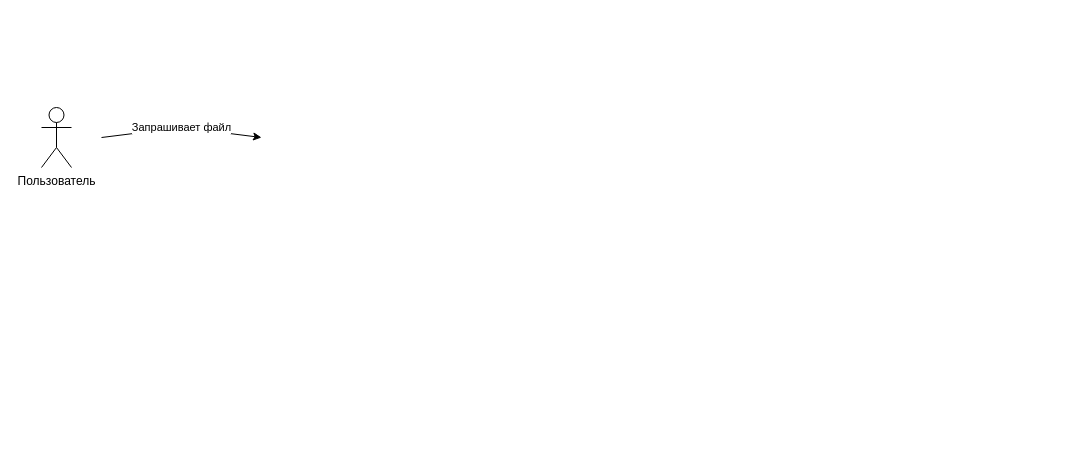
This is graduate_work.drawio from Avenon/graduate_work_architecture, a draw.io file, before an edit. Source tidied: cells renumbered, new cells numbered last; positions are measured from the earlier drawing's top-left corner, leaving out a move shared by most shapes. Both pictures are drawn from the tidied source at 100%, with x=0, y=0 at pixel (41, 107).
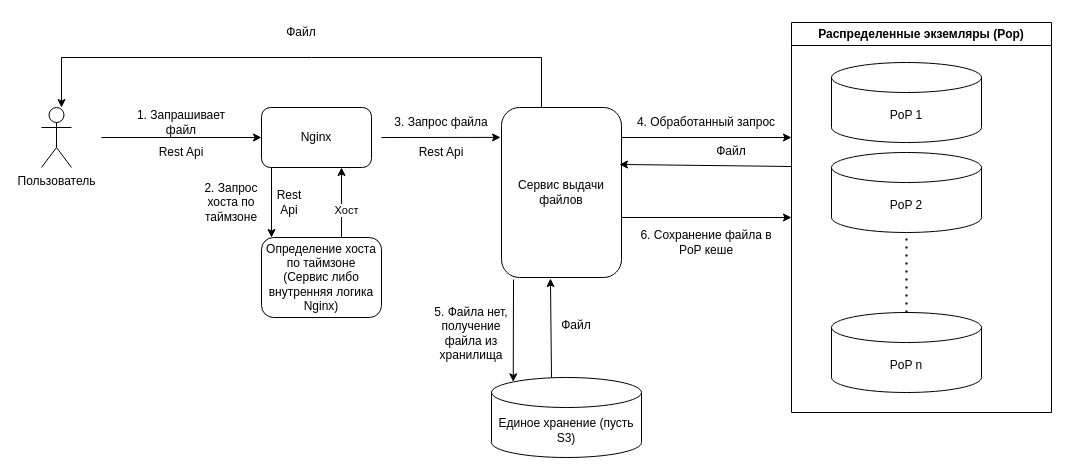
The same diagram, later.

Diff of the diagram source:
```diff
@@
-    <mxCell id="3" value="Запрашивает файл" style="endArrow=classic;html=1;rounded=0;" parent="1" edge="1">
-      <mxGeometry relative="1" as="geometry">
-        <mxPoint x="60" y="30" as="sourcePoint" />
-        <mxPoint x="220" y="30" as="targetPoint" />
-        <Array as="points">
-          <mxPoint x="140" y="20" />
-        </Array>
-      </mxGeometry>
-    </mxCell>
+    <mxCell id="4" style="endArrow=classic;html=1;rounded=0;" parent="1" edge="1">
+      <mxGeometry relative="1" as="geometry">
+        <mxPoint x="60" y="30" as="sourcePoint" />
+        <mxPoint x="220" y="30" as="targetPoint" />
+      </mxGeometry>
+    </mxCell>
+    <mxCell id="5" value="1. Запрашивает файл" style="text;html=1;align=center;verticalAlign=middle;whiteSpace=wrap;rounded=0;" parent="1" vertex="1">
+      <mxGeometry x="80" width="120" height="30" as="geometry" />
+    </mxCell>
+    <mxCell id="6" value="Rest Api" style="text;html=1;align=center;verticalAlign=middle;whiteSpace=wrap;rounded=0;" parent="1" vertex="1">
+      <mxGeometry x="80" y="30" width="120" height="30" as="geometry" />
+    </mxCell>
+    <mxCell id="7" value="Nginx" style="rounded=1;whiteSpace=wrap;html=1;" parent="1" vertex="1">
+      <mxGeometry x="220" width="110" height="60" as="geometry" />
+    </mxCell>
+    <mxCell id="8" value="Определение хоста по таймзоне&lt;div&gt;(Сервис либо внутренняя логика Nginx)&lt;/div&gt;" style="rounded=1;whiteSpace=wrap;html=1;" parent="1" vertex="1">
+      <mxGeometry x="220" y="130" width="120" height="80" as="geometry" />
+    </mxCell>
+    <mxCell id="9" style="endArrow=classic;html=1;rounded=0;" parent="1" edge="1">
+      <mxGeometry relative="1" as="geometry">
+        <mxPoint x="230" y="60" as="sourcePoint" />
+        <mxPoint x="230" y="130" as="targetPoint" />
+      </mxGeometry>
+    </mxCell>
+    <mxCell id="10" value="2. Запрос хоста по таймзоне" style="text;html=1;align=center;verticalAlign=middle;whiteSpace=wrap;rounded=0;" parent="1" vertex="1">
+      <mxGeometry x="150" y="70" width="80" height="50" as="geometry" />
+    </mxCell>
+    <mxCell id="11" value="Rest Api" style="text;html=1;align=center;verticalAlign=middle;whiteSpace=wrap;rounded=0;" parent="1" vertex="1">
+      <mxGeometry x="226" y="80" width="44" height="30" as="geometry" />
+    </mxCell>
+    <mxCell id="12" style="endArrow=classic;html=1;rounded=0;" parent="1" edge="1">
+      <mxGeometry relative="1" as="geometry">
+        <mxPoint x="300" y="130" as="sourcePoint" />
+        <mxPoint x="300" y="60" as="targetPoint" />
+      </mxGeometry>
+    </mxCell>
+    <mxCell id="13" value="Хост" style="edgeLabel;html=1;align=center;verticalAlign=middle;" parent="12" vertex="1">
+      <mxGeometry x="-0.2" y="-4" relative="1" as="geometry" />
+    </mxCell>
+    <mxCell id="14" value="Сервис выдачи файлов" style="rounded=1;whiteSpace=wrap;html=1;" parent="1" vertex="1">
+      <mxGeometry x="460" width="120" height="170" as="geometry" />
+    </mxCell>
+    <mxCell id="15" style="endArrow=classic;html=1;rounded=0;entryX=-0.008;entryY=0.176;entryDx=0;entryDy=0;entryPerimeter=0;" parent="1" edge="1" target="14">
+      <mxGeometry relative="1" as="geometry">
+        <mxPoint x="340" y="30" as="sourcePoint" />
+      </mxGeometry>
+    </mxCell>
+    <mxCell id="16" value="Rest Api" style="text;html=1;align=center;verticalAlign=middle;whiteSpace=wrap;rounded=0;" parent="1" vertex="1">
+      <mxGeometry x="340" y="30" width="120" height="30" as="geometry" />
+    </mxCell>
+    <mxCell id="17" value="3. Запрос файла" style="text;html=1;align=center;verticalAlign=middle;whiteSpace=wrap;rounded=0;" parent="1" vertex="1">
+      <mxGeometry x="340" width="120" height="30" as="geometry" />
+    </mxCell>
+    <mxCell id="18" value="Распределенные экземляры (Pop)" style="swimlane;whiteSpace=wrap;html=1;" parent="1" vertex="1">
+      <mxGeometry x="750" y="-85" width="260" height="390" as="geometry" />
+    </mxCell>
+    <mxCell id="19" value="PoP 1" style="shape=cylinder3;whiteSpace=wrap;html=1;boundedLbl=1;backgroundOutline=1;size=15;" parent="18" vertex="1">
+      <mxGeometry x="40" y="40" width="150" height="80" as="geometry" />
+    </mxCell>
+    <mxCell id="20" value="PoP 2" style="shape=cylinder3;whiteSpace=wrap;html=1;boundedLbl=1;backgroundOutline=1;size=15;" parent="18" vertex="1">
+      <mxGeometry x="40" y="130" width="150" height="80" as="geometry" />
+    </mxCell>
+    <mxCell id="21" value="PoP n" style="shape=cylinder3;whiteSpace=wrap;html=1;boundedLbl=1;backgroundOutline=1;size=15;" parent="18" vertex="1">
+      <mxGeometry x="40" y="290" width="150" height="80" as="geometry" />
+    </mxCell>
+    <mxCell id="22" style="endArrow=none;dashed=1;html=1;dashPattern=1 3;strokeWidth=2;rounded=0;exitX=0.5;exitY=0;exitDx=0;exitDy=0;exitPerimeter=0;entryX=0.5;entryY=1;entryDx=0;entryDy=0;entryPerimeter=0;" parent="18" edge="1" source="21" target="20">
+      <mxGeometry relative="1" as="geometry" />
+    </mxCell>
+    <mxCell id="23" value="4. Обработанный запрос" style="text;html=1;align=center;verticalAlign=middle;whiteSpace=wrap;rounded=0;" parent="1" vertex="1">
+      <mxGeometry x="590" width="150" height="30" as="geometry" />
+    </mxCell>
+    <mxCell id="24" style="endArrow=classic;html=1;rounded=0;" parent="1" edge="1">
+      <mxGeometry relative="1" as="geometry">
+        <mxPoint x="580" y="30" as="sourcePoint" />
+        <mxPoint x="750" y="30" as="targetPoint" />
+      </mxGeometry>
+    </mxCell>
+    <mxCell id="25" style="endArrow=classic;html=1;rounded=0;entryX=0.983;entryY=0.335;entryDx=0;entryDy=0;entryPerimeter=0;" parent="1" edge="1" target="14">
+      <mxGeometry relative="1" as="geometry">
+        <mxPoint x="750" y="59" as="sourcePoint" />
+      </mxGeometry>
+    </mxCell>
+    <mxCell id="26" value="Файл" style="text;html=1;align=center;verticalAlign=middle;whiteSpace=wrap;rounded=0;" parent="1" vertex="1">
+      <mxGeometry x="650" y="29" width="80" height="30" as="geometry" />
+    </mxCell>
+    <mxCell id="27" value="Единое хранение (пусть S3)" style="shape=cylinder3;whiteSpace=wrap;html=1;boundedLbl=1;backgroundOutline=1;size=15;" parent="1" vertex="1">
+      <mxGeometry x="450" y="270" width="150" height="80" as="geometry" />
+    </mxCell>
+    <mxCell id="28" style="endArrow=classic;html=1;rounded=0;" parent="1" edge="1">
+      <mxGeometry relative="1" as="geometry">
+        <mxPoint x="500" as="sourcePoint" />
+        <mxPoint x="20" as="targetPoint" />
+        <Array as="points">
+          <mxPoint x="500" y="-50" />
+          <mxPoint x="270" y="-50" />
+          <mxPoint x="20" y="-50" />
+        </Array>
+      </mxGeometry>
+    </mxCell>
+    <mxCell id="29" value="Файл" style="text;html=1;align=center;verticalAlign=middle;whiteSpace=wrap;rounded=0;" parent="1" vertex="1">
+      <mxGeometry x="220" y="-90" width="80" height="30" as="geometry" />
+    </mxCell>
+    <mxCell id="30" style="endArrow=classic;html=1;rounded=0;entryX=0.145;entryY=0;entryDx=0;entryDy=4.35;entryPerimeter=0;exitX=0.1;exitY=1.012;exitDx=0;exitDy=0;exitPerimeter=0;" parent="1" edge="1" source="14" target="27">
+      <mxGeometry relative="1" as="geometry" />
+    </mxCell>
+    <mxCell id="31" value="5. Файла нет, получение файла из хранилища" style="text;html=1;align=center;verticalAlign=middle;whiteSpace=wrap;rounded=0;" parent="1" vertex="1">
+      <mxGeometry x="390" y="186" width="80" height="80" as="geometry" />
+    </mxCell>
+    <mxCell id="32" style="endArrow=classic;html=1;rounded=0;entryX=0.408;entryY=1.006;entryDx=0;entryDy=0;entryPerimeter=0;" parent="1" edge="1" target="14">
+      <mxGeometry relative="1" as="geometry">
+        <mxPoint x="510" y="270" as="sourcePoint" />
+      </mxGeometry>
+    </mxCell>
+    <mxCell id="33" value="Файл" style="text;html=1;align=center;verticalAlign=middle;whiteSpace=wrap;rounded=0;" parent="1" vertex="1">
+      <mxGeometry x="510" y="203" width="50" height="30" as="geometry" />
+    </mxCell>
+    <mxCell id="34" style="endArrow=classic;html=1;rounded=0;exitX=1;exitY=0.647;exitDx=0;exitDy=0;exitPerimeter=0;" parent="1" edge="1" source="14">
+      <mxGeometry relative="1" as="geometry">
+        <mxPoint x="750" y="110" as="targetPoint" />
+      </mxGeometry>
+    </mxCell>
+    <mxCell id="35" value="6. Сохранение файла в PoP кеше" style="text;html=1;align=center;verticalAlign=middle;whiteSpace=wrap;rounded=0;" parent="1" vertex="1">
+      <mxGeometry x="590" y="110" width="150" height="50" as="geometry" />
+    </mxCell>
```
